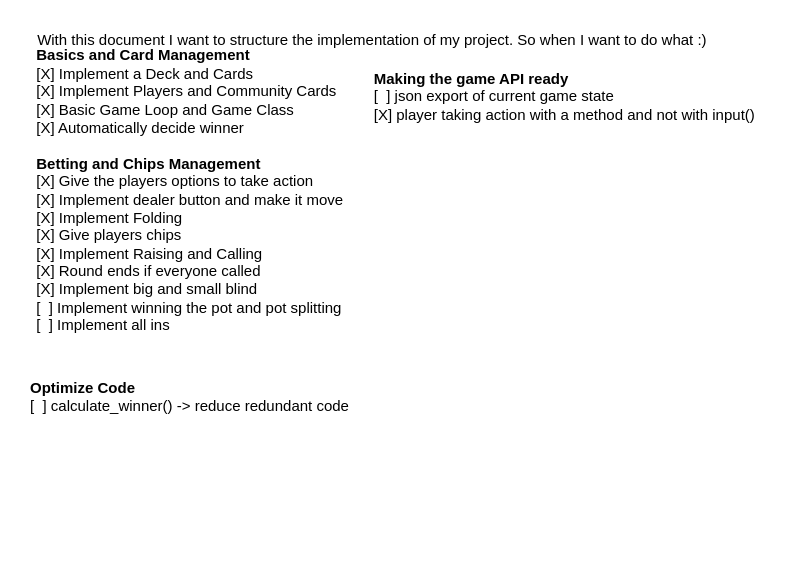
Earlier version of the draw.io diagram design/tasks.drawio (YSchilling/pokernight). Source tidied: cells renumbered, new cells numbered last; positions are measured from the earlier drawing's top-left corner, leaving out a move shared by most shapes. Both pictures are drawn from the tidied source at 125%, with x=0, y=0 at pixel (21, 21).
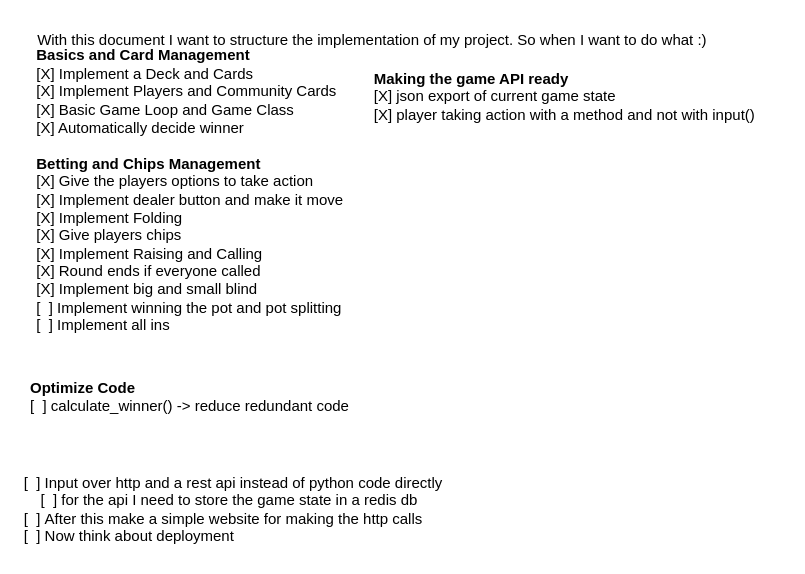
Above is the later version.

Diff of the diagram source:
```diff
@@
 <mxGraphModel>
   <root>
     <mxCell id="0" />
     <mxCell id="1" parent="0" />
     <mxCell id="2" value="With this document I want to structure the implementation of my project. So when I want to do what :)" style="text;html=1;align=center;verticalAlign=middle;strokeColor=none;fillColor=none;" parent="1" vertex="1">
       <mxGeometry width="560" height="30" as="geometry" />
     </mxCell>
     <mxCell id="3" value="&lt;b&gt;Basics and Card Management&lt;/b&gt;&lt;br&gt;[X] Implement a Deck and Cards&lt;br&gt;[X] Implement Players and Community Cards&lt;br&gt;[X] Basic Game Loop and Game Class&lt;br&gt;[X] Automatically decide winner&lt;br&gt;&lt;b&gt;&lt;br&gt;Betting and Chips Management&lt;br&gt;&lt;/b&gt;[X] Give the players options to take action&lt;br&gt;[X] Implement dealer button and make it move&lt;br&gt;[X] Implement Folding&lt;br&gt;[X] Give players chips&lt;br&gt;[X] Implement Raising and Calling&lt;br&gt;[X] Round ends if everyone called&lt;br&gt;[X] Implement big and small blind&lt;br&gt;[&amp;nbsp; ] Implement winning the pot and pot splitting&lt;br&gt;[&amp;nbsp; ] Implement all ins" style="text;html=1;align=left;verticalAlign=middle;strokeColor=none;fillColor=none;" parent="1" vertex="1">
       <mxGeometry x="10" y="15" width="270" height="240" as="geometry" />
     </mxCell>
-    <mxCell id="4" value="&lt;b&gt;Making the game API ready&lt;/b&gt;&lt;br&gt;[&amp;nbsp; ] json export of current game state&lt;br&gt;[X] player taking action with a method and not with input()" style="text;html=1;align=left;verticalAlign=middle;strokeColor=none;fillColor=none;" parent="1" vertex="1">
+    <mxCell id="4" value="&lt;b&gt;Making the game API ready&lt;/b&gt;&lt;br&gt;[X] json export of current game state&lt;br&gt;[X] player taking action with a method and not with input()" style="text;html=1;align=left;verticalAlign=middle;strokeColor=none;fillColor=none;" parent="1" vertex="1">
       <mxGeometry x="280" y="30" width="330" height="60" as="geometry" />
     </mxCell>
     <mxCell id="5" value="&lt;b&gt;Optimize Code&lt;/b&gt;&lt;br&gt;[&amp;nbsp; ] calculate_winner() -&amp;gt; reduce redundant code" style="text;html=1;align=left;verticalAlign=middle;strokeColor=none;fillColor=none;" parent="1" vertex="1">
       <mxGeometry x="5" y="280" width="280" height="40" as="geometry" />
     </mxCell>
+    <mxCell id="6" value="&lt;div style=&quot;&quot;&gt;[&amp;nbsp; ] Input over http and a rest api instead of python code directly&lt;/div&gt;&amp;nbsp; &amp;nbsp; [&amp;nbsp; ]&amp;nbsp;&lt;span style=&quot;background-color: initial;&quot;&gt;for the api I need to store the game state in a redis db&lt;/span&gt;&lt;br&gt;[&amp;nbsp; ]&amp;nbsp;&lt;span style=&quot;background-color: initial;&quot;&gt;After this make a simple website for making the http calls&lt;/span&gt;&lt;br&gt;[&amp;nbsp; ]&amp;nbsp;&lt;span style=&quot;background-color: initial;&quot;&gt;Now think about deployment&lt;/span&gt;" style="text;html=1;align=left;verticalAlign=middle;strokeColor=none;fillColor=none;" parent="1" vertex="1">
+      <mxGeometry y="355" width="360" height="70" as="geometry" />
+    </mxCell>
   </root>
 </mxGraphModel>
```
